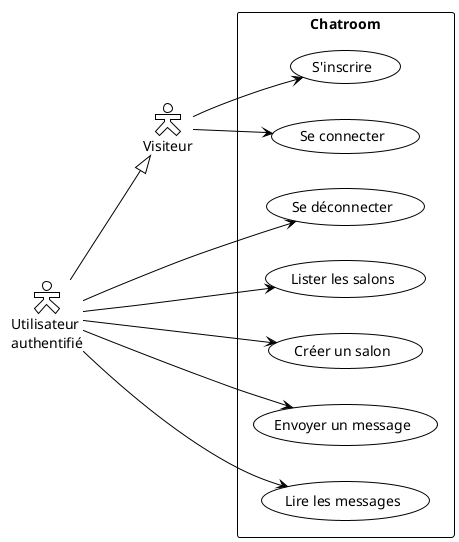
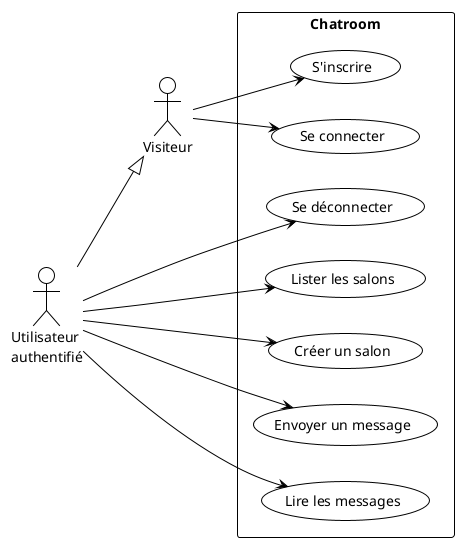
@startuml use-cases-simple
!theme plain
skinparam backgroundColor #FFFFFF
skinparam defaultFontName "Helvetica"
- skinparam actorStyle hollow

left to right direction

actor "Visiteur" as visitor
actor "Utilisateur\nauthentifié" as user

user --|> visitor

rectangle "Chatroom" {
  usecase "S'inscrire" as UC_register
  usecase "Se connecter" as UC_login
  usecase "Se déconnecter" as UC_logout
  usecase "Lister les salons" as UC_listRooms
  usecase "Créer un salon" as UC_createRoom
  usecase "Envoyer un message" as UC_sendMsg
  usecase "Lire les messages" as UC_getMsgs
}

visitor --> UC_register
visitor --> UC_login

user --> UC_logout
user --> UC_listRooms
user --> UC_createRoom
user --> UC_sendMsg
user --> UC_getMsgs

@enduml
